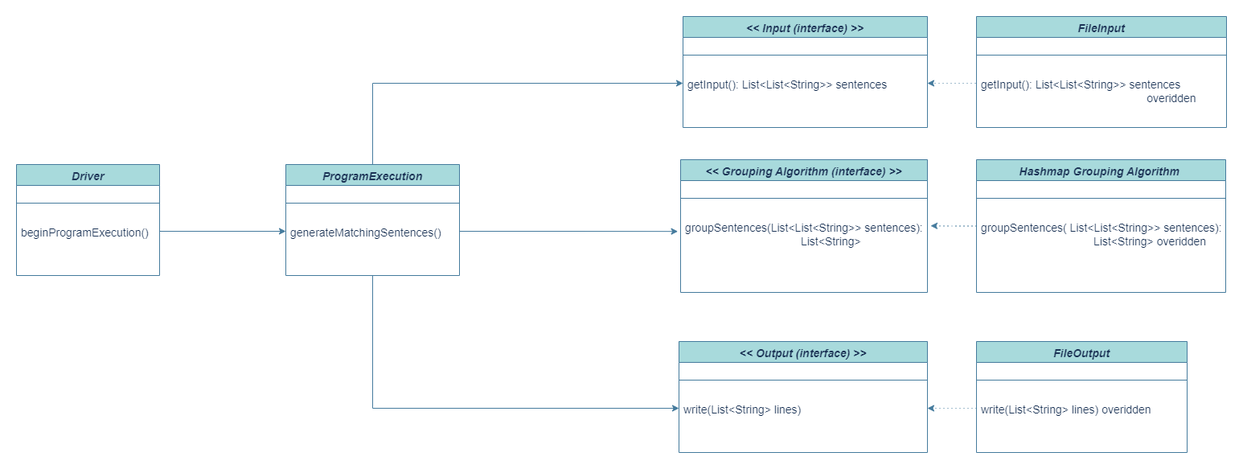
The draw.io diagram classDiagrams/ClassDiagram.png in abhioshar/Assignment, before a commit. Source tidied: cells renumbered, new cells last; positions are measured from the earlier drawing's top-left corner, leaving out a move shared by most shapes.
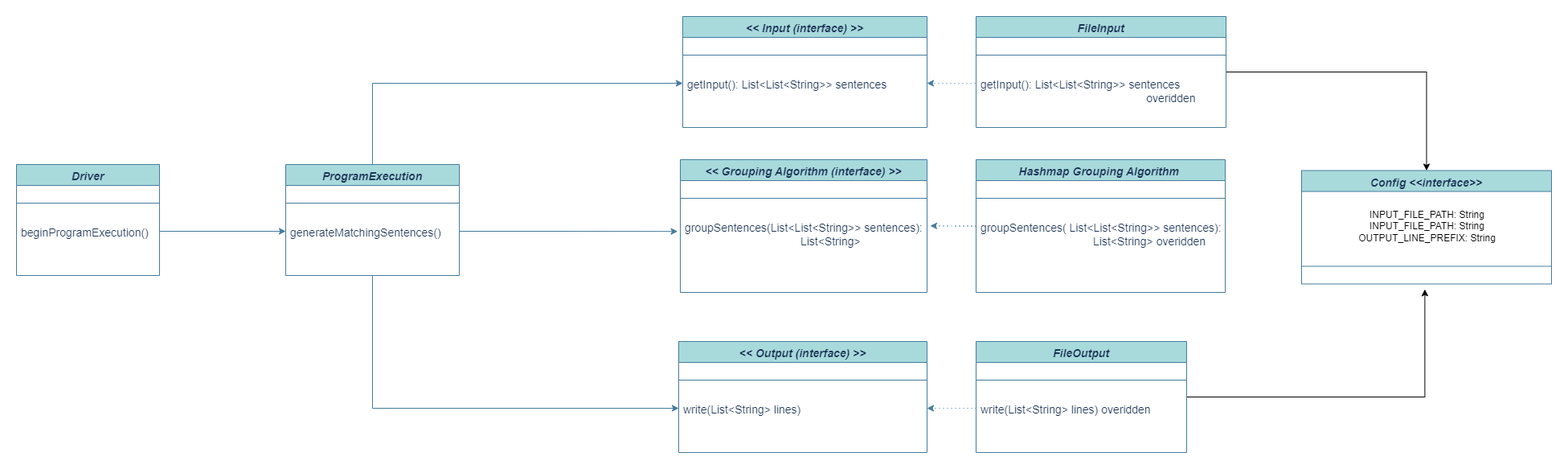
The same diagram one commit later.

Diff of the diagram source:
```diff
@@ -60,6 +60,9 @@
         </Array>
       </mxGeometry>
     </mxCell>
+    <mxCell id="33" style="edgeStyle=orthogonalEdgeStyle;rounded=0;jettySize=auto;html=1;entryX=0.5;entryY=0;entryDx=0;entryDy=0;fontSize=13;" parent="1" edge="1" source="20" target="35">
+      <mxGeometry relative="1" as="geometry" />
+    </mxCell>
     <mxCell id="20" value="FileInput" style="swimlane;fontStyle=3;align=center;verticalAlign=top;horizontal=1;startSize=26;rounded=0;shadow=0;strokeWidth=1;labelBackgroundColor=none;fillColor=#A8DADC;strokeColor=#457B9D;fontColor=#1D3557;fontSize=14;" parent="1" vertex="1">
       <mxGeometry x="1194" width="311" height="138" as="geometry" />
     </mxCell>
@@ -69,6 +72,11 @@
     <mxCell id="22" value="getInput(): List&lt;List&lt;String&gt;&gt; sentences&#10;                                                     overidden  " style="text;align=left;verticalAlign=top;spacingLeft=4;spacingRight=4;overflow=hidden;points=[[0,0.5],[1,0.5]];portConstraint=eastwest;labelBackgroundColor=none;fontColor=#1D3557;fontSize=14;" parent="20" vertex="1">
       <mxGeometry y="70" width="311" height="44" as="geometry" />
     </mxCell>
+    <mxCell id="34" style="edgeStyle=orthogonalEdgeStyle;rounded=0;jettySize=auto;html=1;fontSize=13;" parent="1" edge="1" source="23">
+      <mxGeometry relative="1" as="geometry">
+        <mxPoint x="1752.4" y="339.2" as="targetPoint" />
+      </mxGeometry>
+    </mxCell>
     <mxCell id="23" value="FileOutput" style="swimlane;fontStyle=3;align=center;verticalAlign=top;horizontal=1;startSize=26;rounded=0;shadow=0;strokeWidth=1;labelBackgroundColor=none;fillColor=#A8DADC;strokeColor=#457B9D;fontColor=#1D3557;fontSize=14;" parent="1" vertex="1">
       <mxGeometry x="1194" y="404" width="262" height="138" as="geometry" />
     </mxCell>
@@ -99,5 +107,14 @@
     <mxCell id="32" style="edgeStyle=orthogonalEdgeStyle;rounded=0;jettySize=auto;html=1;entryX=0;entryY=0.5;entryDx=0;entryDy=0;strokeColor=#457B9D;strokeWidth=1;fontSize=14;fontColor=#1D3557;fillColor=#A8DADC;" parent="1" edge="1" source="4" target="9">
       <mxGeometry relative="1" as="geometry" />
     </mxCell>
+    <mxCell id="35" value="Config &lt;&lt;interface&gt;&gt;" style="swimlane;fontStyle=3;align=center;verticalAlign=top;horizontal=1;startSize=26;rounded=0;shadow=0;strokeWidth=1;labelBackgroundColor=none;fillColor=#A8DADC;strokeColor=#457B9D;fontColor=#1D3557;fontSize=14;" parent="1" vertex="1">
+      <mxGeometry x="1599" y="191.5" width="311" height="141" as="geometry" />
+    </mxCell>
+    <mxCell id="36" value="&lt;span style=&quot;font-size: 13px;&quot;&gt;&lt;br&gt;&lt;/span&gt;INPUT_FILE_PATH: String&lt;br&gt;INPUT_FILE_PATH: String&lt;br&gt;OUTPUT_LINE_PREFIX: String" style="text;html=1;align=center;verticalAlign=middle;strokeColor=none;fillColor=none;" parent="35" vertex="1">
+      <mxGeometry y="26" width="311" height="71" as="geometry" />
+    </mxCell>
+    <mxCell id="37" style="line;html=1;strokeWidth=1;align=left;verticalAlign=middle;spacingTop=-1;spacingLeft=3;spacingRight=3;labelPosition=right;labelBackgroundColor=none;fillColor=#A8DADC;strokeColor=#457B9D;fontColor=#1D3557;" parent="35" vertex="1">
+      <mxGeometry y="97" width="311" height="44" as="geometry" />
+    </mxCell>
   </root>
 </mxGraphModel>
```
